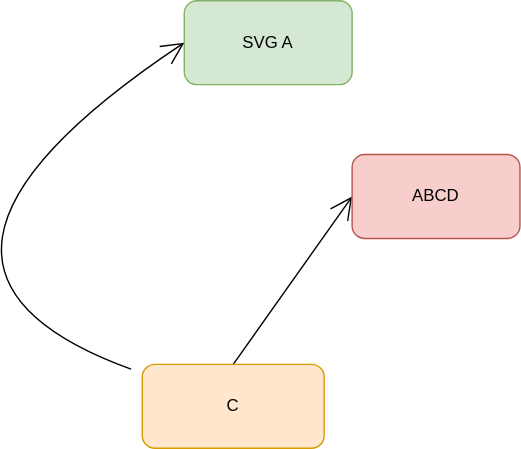
Above: Test Embedding.drawio.svg in philip-gai/github-drawio-demo (draw.io), before the change. Source tidied: cells renumbered, new cells last; positions are measured from the earlier drawing's top-left corner, leaving out a move shared by most shapes.
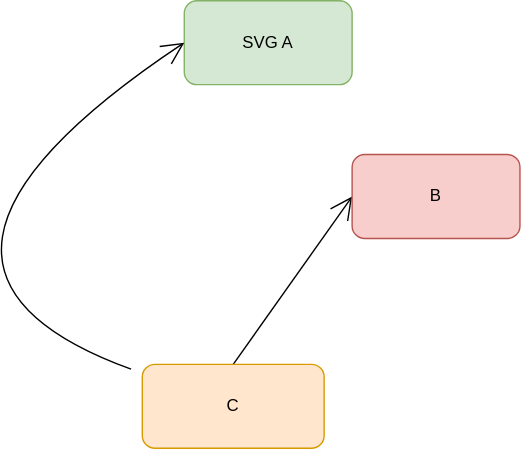
After the change.

The edit, as a diff of the source:
```diff
@@ -18,7 +18,7 @@
     <mxCell id="5" value="C" style="rounded=1;whiteSpace=wrap;html=1;fillColor=#ffe6cc;strokeColor=#d79b00;" parent="1" vertex="1">
       <mxGeometry x="210" y="260" width="130" height="60" as="geometry" />
     </mxCell>
-    <mxCell id="6" value="ABCD" style="rounded=1;whiteSpace=wrap;html=1;fillColor=#f8cecc;strokeColor=#b85450;" parent="1" vertex="1">
+    <mxCell id="6" value="B" style="rounded=1;whiteSpace=wrap;html=1;fillColor=#f8cecc;strokeColor=#b85450;" parent="1" vertex="1">
       <mxGeometry x="360" y="110" width="120" height="60" as="geometry" />
     </mxCell>
   </root>
```
